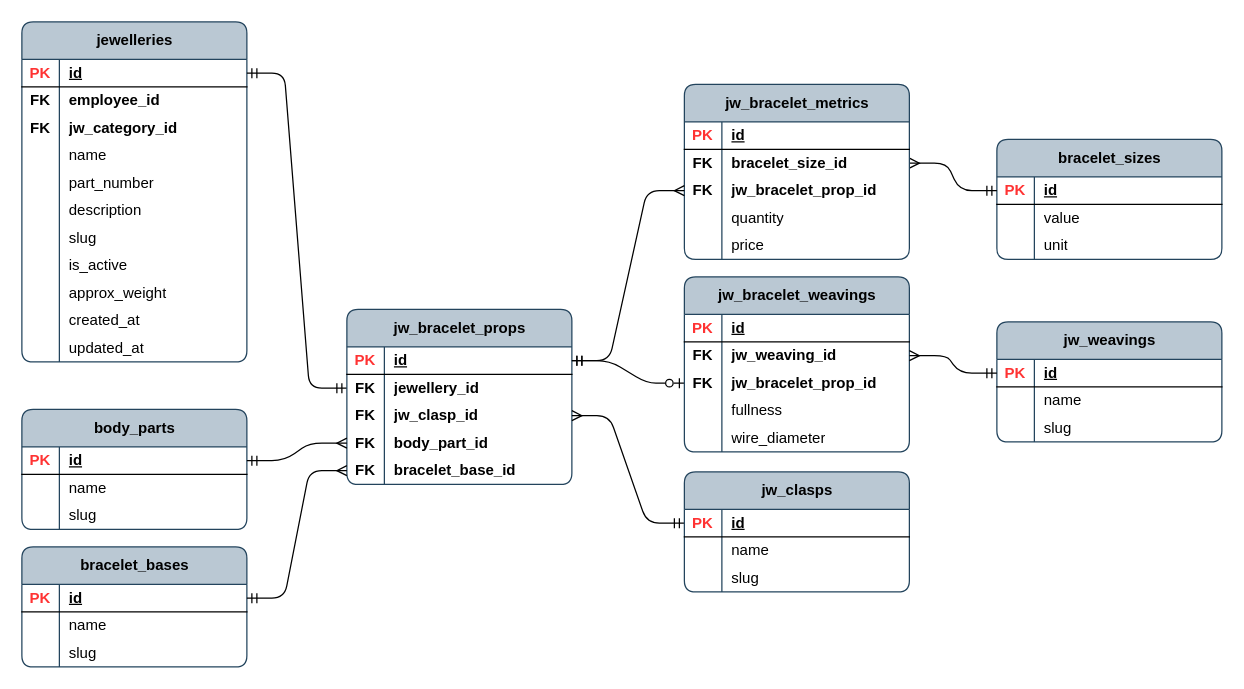
Earlier version of the draw.io diagram page "jw_bracelet_props" (10 of 13) of publisher/laravel-app/psql_jewellery_items.drawio (Local-development-environment/msg-brokers-publisher-consumer). Source tidied: cells renumbered, new cells numbered last; positions are measured from the earlier drawing's top-left corner, leaving out a move shared by most shapes. Both pictures are drawn from the tidied source at 125%, with x=0, y=0 at pixel (21, 21).
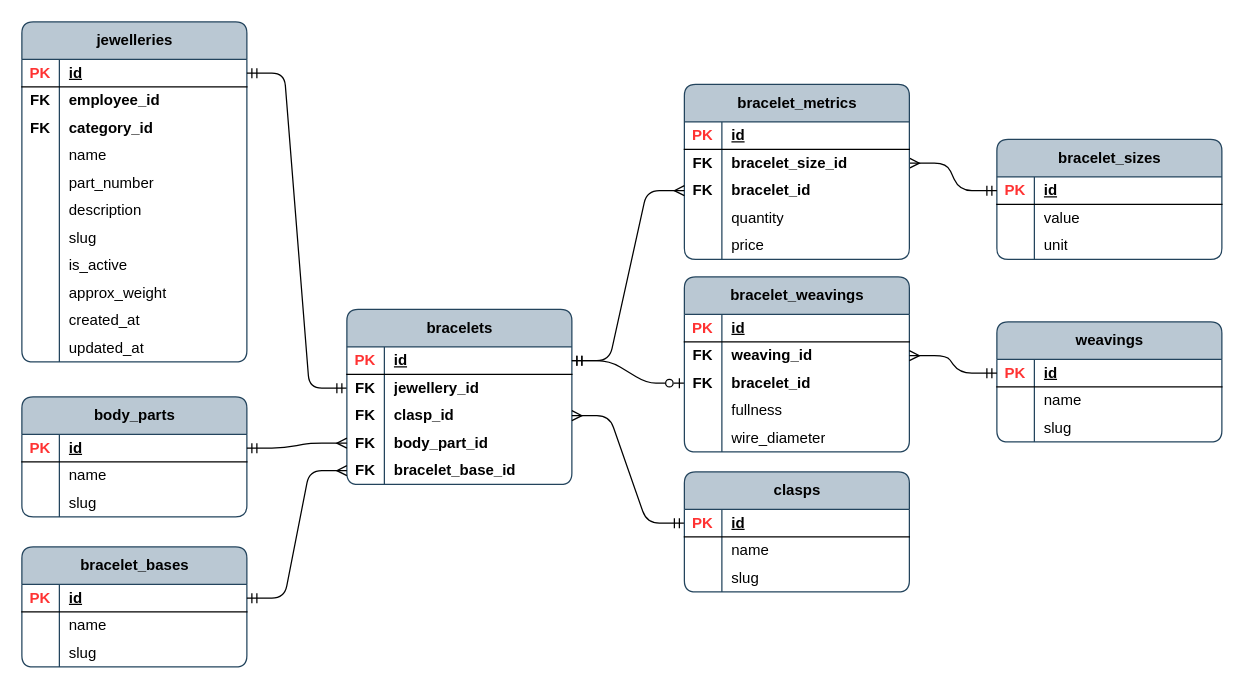
The same page after the edit.

Unchanged cells that the change refers to:
```xml
<mxCell id="9" style="shape=tableRow;horizontal=0;startSize=0;swimlaneHead=0;swimlaneBody=0;fillColor=none;top=0;left=0;right=0;bottom=0;rounded=1;" parent="2" vertex="1">
  <mxGeometry y="74" width="180" height="22" as="geometry" />
</mxCell>
<mxCell id="44" style="shape=tableRow;horizontal=0;startSize=0;swimlaneHead=0;swimlaneBody=0;fillColor=none;points=[[0,0.5],[1,0.5]];portConstraint=eastwest;top=0;left=0;right=0;bottom=0;rounded=0;" parent="37" vertex="1">
  <mxGeometry y="74" width="180" height="22" as="geometry" />
</mxCell>
<mxCell id="82" style="shape=tableRow;horizontal=0;startSize=0;swimlaneHead=0;swimlaneBody=0;fillColor=none;points=[[0,0.5],[1,0.5]];portConstraint=eastwest;top=0;left=0;right=0;bottom=0;rounded=0;" parent="75" vertex="1">
  <mxGeometry y="74" width="180" height="22" as="geometry" />
</mxCell>
<mxCell id="96" style="shape=tableRow;horizontal=0;startSize=0;swimlaneHead=0;swimlaneBody=0;fillColor=none;points=[[0,0.5],[1,0.5]];portConstraint=eastwest;top=0;left=0;right=0;bottom=0;rounded=0;" parent="92" vertex="1">
  <mxGeometry y="52" width="180" height="22" as="geometry" />
</mxCell>
<mxCell id="99" style="shape=tableRow;horizontal=0;startSize=0;swimlaneHead=0;swimlaneBody=0;fillColor=none;points=[[0,0.5],[1,0.5]];portConstraint=eastwest;top=0;left=0;right=0;bottom=0;rounded=0;" parent="92" vertex="1">
  <mxGeometry y="74" width="180" height="22" as="geometry" />
</mxCell>
```

What changed in the source:
```diff
@@
-    <mxCell id="11" value="&lt;b&gt;jw_category_id&lt;/b&gt;" style="shape=partialRectangle;fillColor=none;top=0;left=0;bottom=0;right=0;align=left;spacingLeft=6;overflow=hidden;whiteSpace=wrap;html=1;rounded=1;" parent="9" vertex="1">
+    <mxCell id="11" value="&lt;b&gt;category_id&lt;/b&gt;" style="shape=partialRectangle;fillColor=none;top=0;left=0;bottom=0;right=0;align=left;spacingLeft=6;overflow=hidden;whiteSpace=wrap;html=1;rounded=1;" parent="9" vertex="1">
       <mxGeometry x="30" width="150" height="22" as="geometry" />
     </mxCell>
@@
-    <mxCell id="37" value="jw_bracelet_props" style="shape=table;startSize=30;childLayout=tableLayout;rowLines=0;fontStyle=1;align=center;html=1;rounded=1;swimlaneFillColor=none;fillColor=#bac8d3;strokeColor=#23445d;columnLines=1;arcSize=10;" parent="1" vertex="1">
+    <mxCell id="37" value="bracelets" style="shape=table;startSize=30;childLayout=tableLayout;rowLines=0;fontStyle=1;align=center;html=1;rounded=1;swimlaneFillColor=none;fillColor=#bac8d3;strokeColor=#23445d;columnLines=1;arcSize=10;" parent="1" vertex="1">
       <mxGeometry x="260" y="230" width="180" height="140" as="geometry" />
     </mxCell>
@@
-    <mxCell id="46" value="&lt;b&gt;jw_clasp_id&lt;/b&gt;" style="shape=partialRectangle;fillColor=none;top=0;left=0;bottom=0;right=0;align=left;spacingLeft=6;overflow=hidden;whiteSpace=wrap;html=1;" parent="44" vertex="1">
+    <mxCell id="46" value="&lt;b&gt;clasp_id&lt;/b&gt;" style="shape=partialRectangle;fillColor=none;top=0;left=0;bottom=0;right=0;align=left;spacingLeft=6;overflow=hidden;whiteSpace=wrap;html=1;" parent="44" vertex="1">
       <mxGeometry x="30" width="150" height="22" as="geometry" />
     </mxCell>
@@
-    <mxCell id="53" value="jw_weavings" style="shape=table;startSize=30;childLayout=tableLayout;rowLines=0;fontStyle=1;align=center;html=1;rounded=1;swimlaneFillColor=none;fillColor=#bac8d3;strokeColor=#23445d;columnLines=1;arcSize=10;" parent="1" vertex="1">
+    <mxCell id="53" value="weavings" style="shape=table;startSize=30;childLayout=tableLayout;rowLines=0;fontStyle=1;align=center;html=1;rounded=1;swimlaneFillColor=none;fillColor=#bac8d3;strokeColor=#23445d;columnLines=1;arcSize=10;" parent="1" vertex="1">
       <mxGeometry x="780" y="240" width="180" height="96" as="geometry" />
     </mxCell>
@@
-    <mxCell id="75" value="jw_bracelet_metrics" style="shape=table;startSize=30;childLayout=tableLayout;rowLines=0;fontStyle=1;align=center;html=1;rounded=1;swimlaneFillColor=none;fillColor=#bac8d3;strokeColor=#23445d;columnLines=1;arcSize=10;" parent="1" vertex="1">
+    <mxCell id="75" value="bracelet_metrics" style="shape=table;startSize=30;childLayout=tableLayout;rowLines=0;fontStyle=1;align=center;html=1;rounded=1;swimlaneFillColor=none;fillColor=#bac8d3;strokeColor=#23445d;columnLines=1;arcSize=10;" parent="1" vertex="1">
       <mxGeometry x="530" y="50" width="180" height="140" as="geometry" />
     </mxCell>
@@
-    <mxCell id="84" value="&lt;b&gt;jw_bracelet_prop_id&lt;/b&gt;" style="shape=partialRectangle;fillColor=none;top=0;left=0;bottom=0;right=0;align=left;spacingLeft=6;overflow=hidden;whiteSpace=wrap;html=1;" parent="82" vertex="1">
+    <mxCell id="84" value="&lt;b&gt;bracelet_id&lt;/b&gt;" style="shape=partialRectangle;fillColor=none;top=0;left=0;bottom=0;right=0;align=left;spacingLeft=6;overflow=hidden;whiteSpace=wrap;html=1;" parent="82" vertex="1">
       <mxGeometry x="30" width="150" height="22" as="geometry" />
     </mxCell>
@@
-    <mxCell id="92" value="jw_bracelet_weavings" style="shape=table;startSize=30;childLayout=tableLayout;rowLines=0;fontStyle=1;align=center;html=1;rounded=1;swimlaneFillColor=none;fillColor=#bac8d3;strokeColor=#23445d;columnLines=1;arcSize=10;" parent="1" vertex="1">
+    <mxCell id="92" value="bracelet_weavings" style="shape=table;startSize=30;childLayout=tableLayout;rowLines=0;fontStyle=1;align=center;html=1;rounded=1;swimlaneFillColor=none;fillColor=#bac8d3;strokeColor=#23445d;columnLines=1;arcSize=10;" parent="1" vertex="1">
       <mxGeometry x="530" y="204" width="180" height="140" as="geometry" />
     </mxCell>
@@
-    <mxCell id="98" value="&lt;b&gt;jw_weaving_id&lt;/b&gt;" style="shape=partialRectangle;fillColor=none;top=0;left=0;bottom=0;right=0;align=left;spacingLeft=6;overflow=hidden;whiteSpace=wrap;html=1;" parent="96" vertex="1">
+    <mxCell id="98" value="&lt;b&gt;weaving_id&lt;/b&gt;" style="shape=partialRectangle;fillColor=none;top=0;left=0;bottom=0;right=0;align=left;spacingLeft=6;overflow=hidden;whiteSpace=wrap;html=1;" parent="96" vertex="1">
       <mxGeometry x="30" width="150" height="22" as="geometry" />
     </mxCell>
@@
-    <mxCell id="101" value="&lt;b&gt;jw_bracelet_prop_id&lt;/b&gt;" style="shape=partialRectangle;fillColor=none;top=0;left=0;bottom=0;right=0;align=left;spacingLeft=6;overflow=hidden;whiteSpace=wrap;html=1;" parent="99" vertex="1">
+    <mxCell id="101" value="&lt;b&gt;bracelet_id&lt;/b&gt;" style="shape=partialRectangle;fillColor=none;top=0;left=0;bottom=0;right=0;align=left;spacingLeft=6;overflow=hidden;whiteSpace=wrap;html=1;" parent="99" vertex="1">
       <mxGeometry x="30" width="150" height="22" as="geometry" />
     </mxCell>
@@
-    <mxCell id="110" value="jw_clasps" style="shape=table;startSize=30;childLayout=tableLayout;rowLines=0;fontStyle=1;align=center;html=1;rounded=1;swimlaneFillColor=none;fillColor=#bac8d3;strokeColor=#23445d;columnLines=1;arcSize=10;" parent="1" vertex="1">
+    <mxCell id="110" value="clasps" style="shape=table;startSize=30;childLayout=tableLayout;rowLines=0;fontStyle=1;align=center;html=1;rounded=1;swimlaneFillColor=none;fillColor=#bac8d3;strokeColor=#23445d;columnLines=1;arcSize=10;" parent="1" vertex="1">
       <mxGeometry x="530" y="360" width="180" height="96" as="geometry" />
     </mxCell>
@@
     <mxCell id="120" value="body_parts" style="shape=table;startSize=30;childLayout=tableLayout;rowLines=0;fontStyle=1;align=center;html=1;rounded=1;swimlaneFillColor=none;fillColor=#bac8d3;strokeColor=#23445d;columnLines=1;arcSize=10;" parent="1" vertex="1">
-      <mxGeometry y="310" width="180" height="96" as="geometry" />
+      <mxGeometry y="300" width="180" height="96" as="geometry" />
     </mxCell>
```
